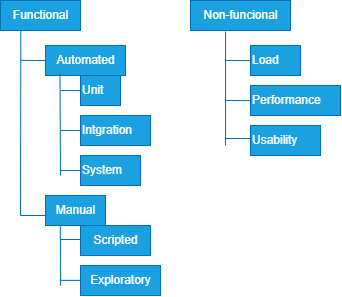
Before: Designing and implementing Microsoft DevOps Solutions/Figure10.2.png, a diagram exported from draw.io (CousiGoico/Notes). Source tidied: cells renumbered, new cells last; positions are measured from the earlier drawing's top-left corner, leaving out a move shared by most shapes.
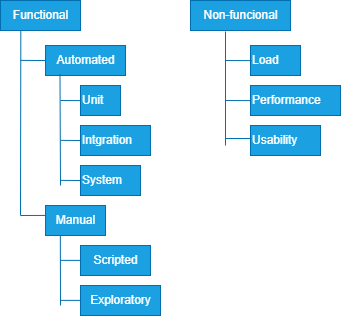
Above is the later version.

Change to the diagram source:
```diff
@@ -9,22 +9,22 @@
       <mxGeometry x="45" y="45" width="80" height="30" as="geometry" />
     </mxCell>
     <mxCell id="4" value="Unit" style="text;html=1;align=left;verticalAlign=middle;points=[];strokeColor=#006EAF;fillColor=#1ba1e2;fontColor=#ffffff;" parent="1" vertex="1">
-      <mxGeometry x="80" y="75" width="40" height="30" as="geometry" />
+      <mxGeometry x="80" y="85" width="40" height="30" as="geometry" />
     </mxCell>
     <mxCell id="5" value="Intgration" style="text;html=1;align=left;verticalAlign=middle;strokeColor=#006EAF;fillColor=#1ba1e2;fontColor=#ffffff;" parent="1" vertex="1">
-      <mxGeometry x="80" y="115" width="70" height="30" as="geometry" />
+      <mxGeometry x="80" y="125" width="70" height="30" as="geometry" />
     </mxCell>
     <mxCell id="6" value="System" style="text;html=1;align=left;verticalAlign=middle;strokeColor=#006EAF;fillColor=#1ba1e2;fontColor=#ffffff;" parent="1" vertex="1">
-      <mxGeometry x="80" y="155" width="60" height="30" as="geometry" />
+      <mxGeometry x="80" y="165" width="60" height="30" as="geometry" />
     </mxCell>
     <mxCell id="7" value="Manual" style="text;html=1;align=center;verticalAlign=middle;points=[];strokeColor=#006EAF;fillColor=#1ba1e2;fontColor=#ffffff;" parent="1" vertex="1">
-      <mxGeometry x="45" y="195" width="60" height="30" as="geometry" />
+      <mxGeometry x="45" y="205" width="60" height="30" as="geometry" />
     </mxCell>
     <mxCell id="8" value="Scripted" style="text;html=1;align=center;verticalAlign=middle;strokeColor=#006EAF;fillColor=#1ba1e2;fontColor=#ffffff;" parent="1" vertex="1">
-      <mxGeometry x="80" y="225" width="70" height="30" as="geometry" />
+      <mxGeometry x="80" y="245" width="70" height="30" as="geometry" />
     </mxCell>
     <mxCell id="9" value="Exploratory" style="text;html=1;align=center;verticalAlign=middle;strokeColor=#006EAF;fillColor=#1ba1e2;fontColor=#ffffff;" parent="1" vertex="1">
-      <mxGeometry x="80" y="265" width="80" height="30" as="geometry" />
+      <mxGeometry x="80" y="285" width="80" height="30" as="geometry" />
     </mxCell>
     <mxCell id="10" value="Non-funcional" style="text;html=1;align=center;verticalAlign=middle;points=[];strokeColor=#006EAF;fillColor=#1ba1e2;fontColor=#ffffff;" parent="1" vertex="1">
       <mxGeometry x="190" width="100" height="30" as="geometry" />
@@ -68,49 +68,48 @@
         <mxPoint x="20" y="59.9" as="sourcePoint" />
       </mxGeometry>
     </mxCell>
-    <mxCell id="20" style="endArrow=none;html=1;fontColor=#7e82f1;fillColor=#1ba1e2;strokeColor=#006EAF;" parent="1" edge="1">
+    <mxCell id="20" style="endArrow=none;html=1;fontColor=#7e82f1;fillColor=#1ba1e2;strokeColor=#006EAF;entryX=-0.009;entryY=0.331;entryDx=0;entryDy=0;entryPerimeter=0;" parent="1" edge="1" target="7">
       <mxGeometry relative="1" as="geometry">
         <mxPoint x="20" y="215" as="sourcePoint" />
-        <mxPoint x="46" y="215" as="targetPoint" />
       </mxGeometry>
     </mxCell>
     <mxCell id="21" style="endArrow=none;html=1;entryX=0.181;entryY=0.956;entryDx=0;entryDy=0;entryPerimeter=0;fontColor=#7e82f1;fillColor=#1ba1e2;strokeColor=#006EAF;" parent="1" edge="1" target="3">
       <mxGeometry relative="1" as="geometry">
-        <mxPoint x="60" y="175" as="sourcePoint" />
+        <mxPoint x="60" y="185" as="sourcePoint" />
       </mxGeometry>
     </mxCell>
     <mxCell id="22" style="endArrow=none;html=1;entryX=-0.007;entryY=0.504;entryDx=0;entryDy=0;entryPerimeter=0;fontColor=#7e82f1;fillColor=#1ba1e2;strokeColor=#006EAF;" parent="1" edge="1" target="4">
       <mxGeometry relative="1" as="geometry">
-        <mxPoint x="60" y="90" as="sourcePoint" />
+        <mxPoint x="60" y="100" as="sourcePoint" />
       </mxGeometry>
     </mxCell>
     <mxCell id="23" style="endArrow=none;html=1;entryX=-0.007;entryY=0.504;entryDx=0;entryDy=0;entryPerimeter=0;fontColor=#7e82f1;fillColor=#1ba1e2;strokeColor=#006EAF;" parent="1" edge="1">
       <mxGeometry relative="1" as="geometry">
-        <mxPoint x="60.1" y="129.9" as="sourcePoint" />
-        <mxPoint x="79.9" y="130.1" as="targetPoint" />
+        <mxPoint x="60.3" y="139.9" as="sourcePoint" />
+        <mxPoint x="80" y="140" as="targetPoint" />
       </mxGeometry>
     </mxCell>
     <mxCell id="24" style="endArrow=none;html=1;entryX=-0.007;entryY=0.504;entryDx=0;entryDy=0;entryPerimeter=0;fontColor=#7e82f1;fillColor=#1ba1e2;strokeColor=#006EAF;" parent="1" edge="1">
       <mxGeometry relative="1" as="geometry">
-        <mxPoint x="60.3" y="169.9" as="sourcePoint" />
-        <mxPoint x="80" y="170.1" as="targetPoint" />
+        <mxPoint x="60.3" y="179.9" as="sourcePoint" />
+        <mxPoint x="80" y="180" as="targetPoint" />
       </mxGeometry>
     </mxCell>
     <mxCell id="25" style="endArrow=none;html=1;entryX=0.247;entryY=1.02;entryDx=0;entryDy=0;entryPerimeter=0;fontColor=#7e82f1;fillColor=#1ba1e2;strokeColor=#006EAF;" parent="1" edge="1" target="7">
       <mxGeometry relative="1" as="geometry">
-        <mxPoint x="60" y="285" as="sourcePoint" />
+        <mxPoint x="60" y="305" as="sourcePoint" />
       </mxGeometry>
     </mxCell>
     <mxCell id="26" style="endArrow=none;html=1;fontColor=#7e82f1;fillColor=#1ba1e2;strokeColor=#006EAF;" parent="1" edge="1">
       <mxGeometry relative="1" as="geometry">
-        <mxPoint x="60" y="239" as="sourcePoint" />
-        <mxPoint x="80" y="239" as="targetPoint" />
+        <mxPoint x="60" y="259.9" as="sourcePoint" />
+        <mxPoint x="80" y="259.9" as="targetPoint" />
       </mxGeometry>
     </mxCell>
     <mxCell id="27" style="endArrow=none;html=1;fontColor=#7e82f1;fillColor=#1ba1e2;strokeColor=#006EAF;" parent="1" edge="1">
       <mxGeometry relative="1" as="geometry">
-        <mxPoint x="60" y="279.9" as="sourcePoint" />
-        <mxPoint x="80" y="279.9" as="targetPoint" />
+        <mxPoint x="60" y="299.9" as="sourcePoint" />
+        <mxPoint x="80" y="299.9" as="targetPoint" />
       </mxGeometry>
     </mxCell>
   </root>
```
